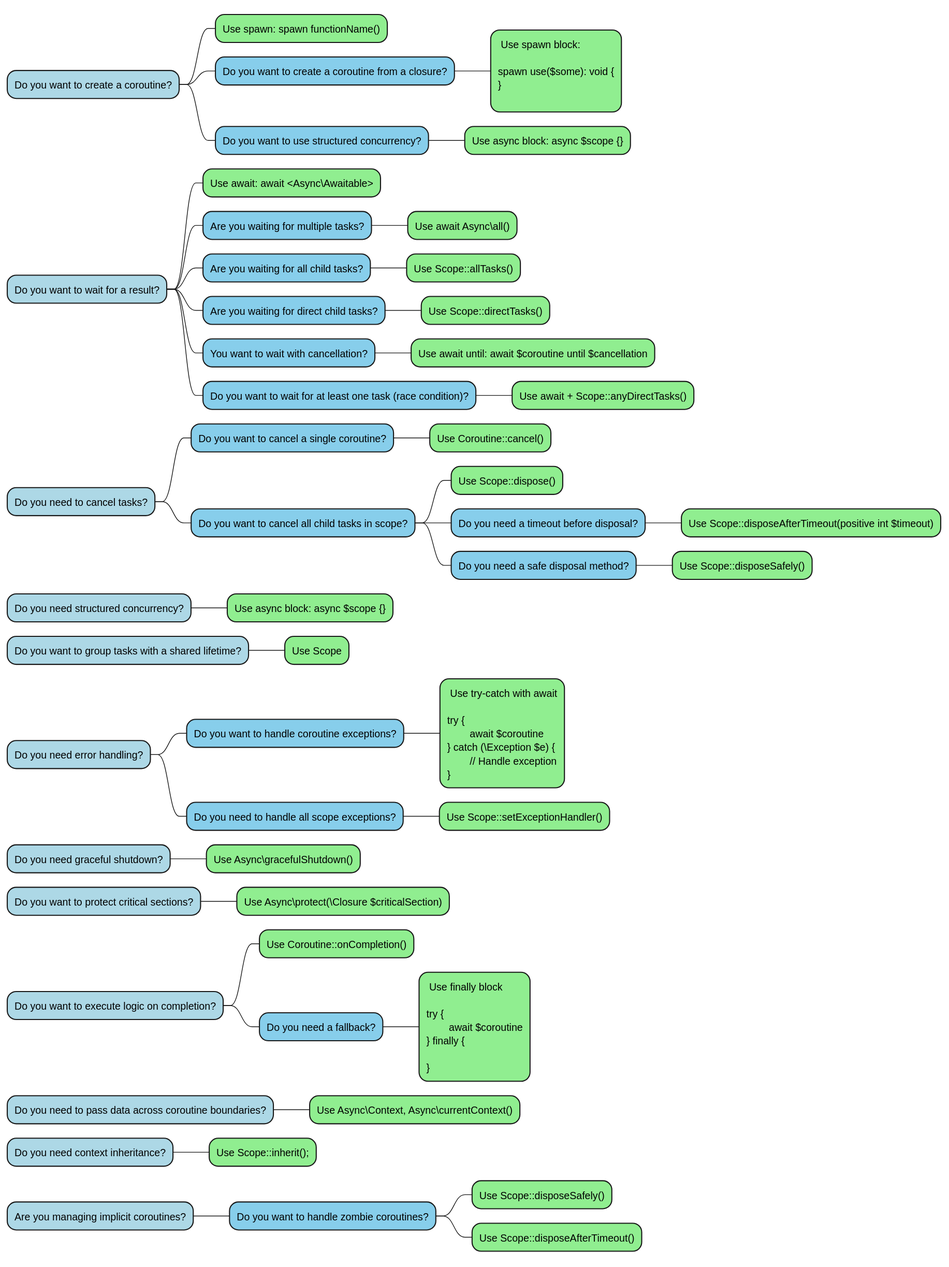
Before: diagrams/decision-tree.svg, a diagram exported from PlantUML (true-async/php-true-async-rfc).
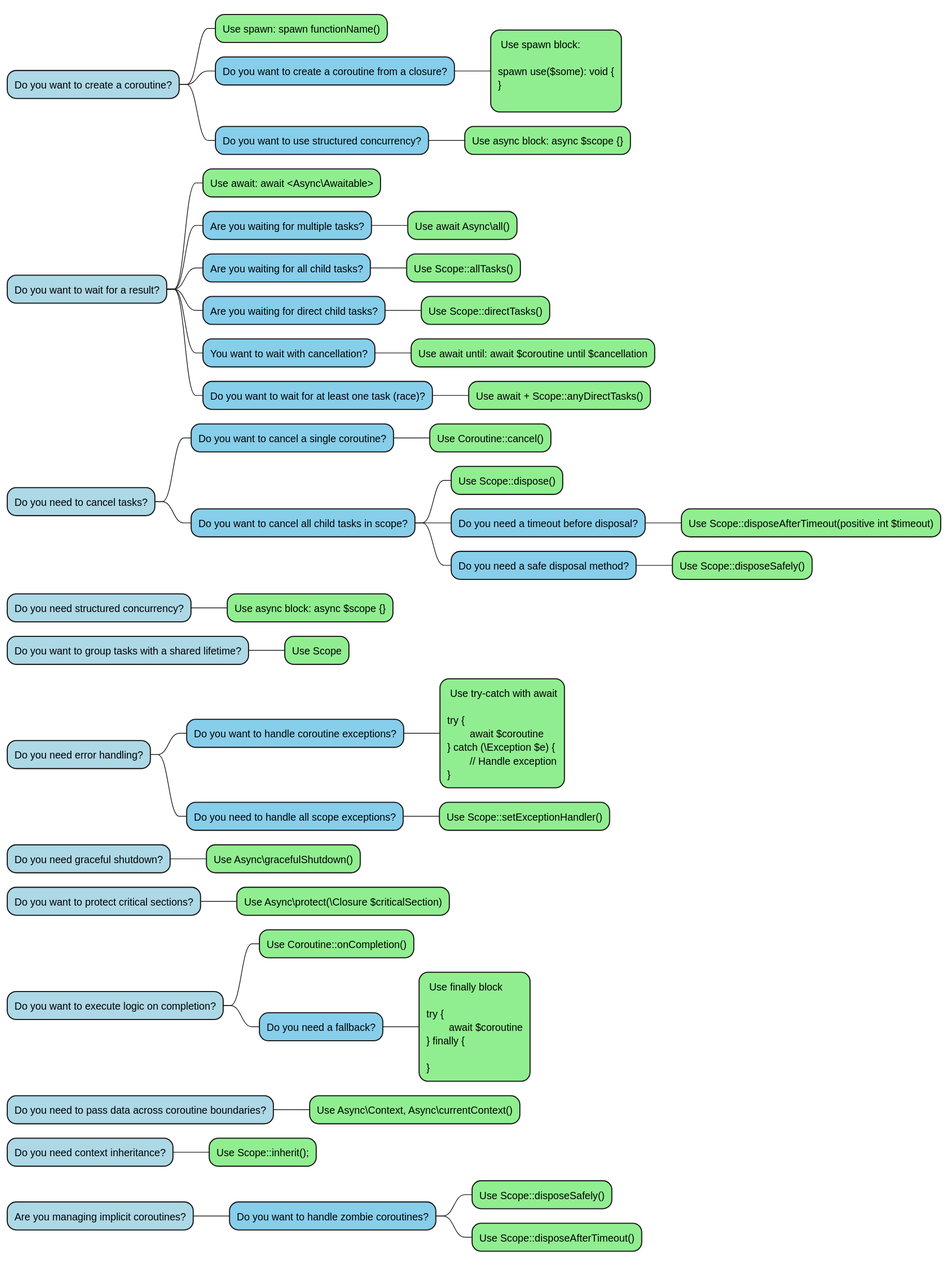
After the change.

Commit message:
Update mind map and decision tree: simplify race condition terminology and enhance task handling examples

Diff of the diagram source:
```diff
@@ -19,7 +19,7 @@
 ***[#lightgreen] Use Scope::directTasks()
 **[#87CEEB] You want to wait with cancellation?
 ***[#lightgreen] Use await until: await $coroutine until $cancellation
-**[#87CEEB] Do you want to wait for at least one task (race condition)?
+**[#87CEEB] Do you want to wait for at least one task (race)?
 ***[#lightgreen] Use await + Scope::anyDirectTasks()
 *[#lightblue] Do you need to cancel tasks?
 **[#87CEEB] Do you want to cancel a single coroutine?
```
